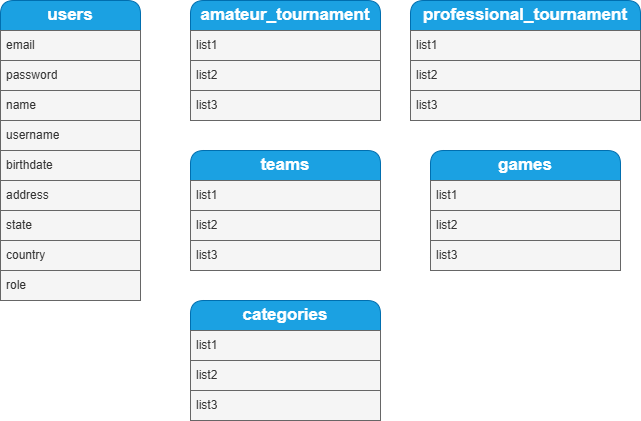
Earlier version of the draw.io export Diagrama Entidad Relaciones Game Stream Tournament.drawio.png (FabricioIrazoqui/DiagramaEntidad-GameStreamTorunament). Source tidied: cells renumbered, new cells last; positions are measured from the earlier drawing's top-left corner, leaving out a move shared by most shapes.
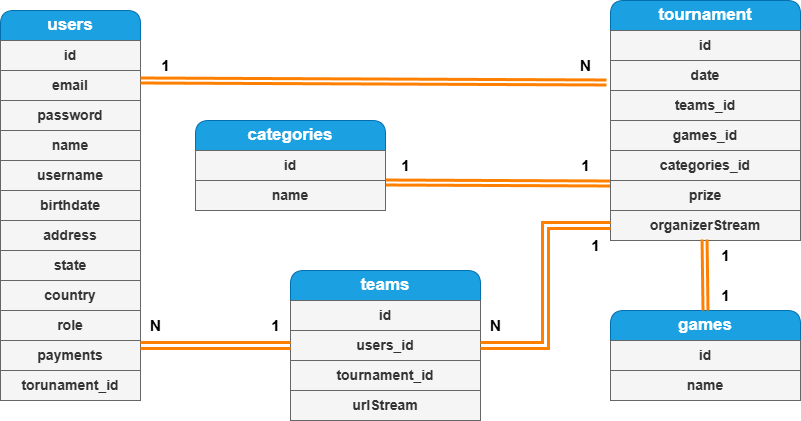
Above is the later version.

The edit, as a diff of the source:
```diff
@@ -3,94 +3,147 @@
     <mxCell id="0" />
     <mxCell id="1" parent="0" />
     <mxCell id="2" value="&lt;b&gt;&lt;font style=&quot;font-size: 17px;&quot;&gt;users&lt;/font&gt;&lt;/b&gt;" style="swimlane;fontStyle=0;horizontal=1;startSize=30;whiteSpace=wrap;html=1;glass=0;rounded=1;shadow=0;swimlaneLine=1;fillColor=#1ba1e2;strokeColor=#006EAF;fontColor=#ffffff;" parent="1" vertex="1">
-      <mxGeometry width="140" height="300" as="geometry" />
+      <mxGeometry width="140" height="390" as="geometry" />
     </mxCell>
+    <mxCell id="32" value="id" style="text;strokeColor=#666666;fillColor=#f5f5f5;align=center;verticalAlign=middle;spacingLeft=4;spacingRight=4;overflow=hidden;whiteSpace=wrap;html=1;fontColor=#333333;fontStyle=1;fontSize=14;" parent="2" vertex="1">
+      <mxGeometry y="30" width="140" height="30" as="geometry" />
+    </mxCell>
-    <mxCell id="3" value="email" style="text;strokeColor=#666666;fillColor=#f5f5f5;align=left;verticalAlign=middle;spacingLeft=4;spacingRight=4;overflow=hidden;whiteSpace=wrap;html=1;fontColor=#333333;" parent="2" vertex="1">
-      <mxGeometry y="30" width="140" height="30" as="geometry" />
+    <mxCell id="3" value="email" style="text;strokeColor=#666666;fillColor=#f5f5f5;align=center;verticalAlign=middle;spacingLeft=4;spacingRight=4;overflow=hidden;whiteSpace=wrap;html=1;fontColor=#333333;fontStyle=1;fontSize=14;" parent="2" vertex="1">
+      <mxGeometry y="60" width="140" height="30" as="geometry" />
     </mxCell>
-    <mxCell id="4" value="password" style="text;strokeColor=#666666;fillColor=#f5f5f5;align=left;verticalAlign=middle;spacingLeft=4;spacingRight=4;overflow=hidden;whiteSpace=wrap;html=1;fontColor=#333333;" parent="2" vertex="1">
-      <mxGeometry y="60" width="140" height="30" as="geometry" />
+    <mxCell id="4" value="password" style="text;strokeColor=#666666;fillColor=#f5f5f5;align=center;verticalAlign=middle;spacingLeft=4;spacingRight=4;overflow=hidden;whiteSpace=wrap;html=1;fontColor=#333333;fontStyle=1;fontSize=14;" parent="2" vertex="1">
+      <mxGeometry y="90" width="140" height="30" as="geometry" />
     </mxCell>
-    <mxCell id="5" value="name" style="text;strokeColor=#666666;fillColor=#f5f5f5;align=left;verticalAlign=middle;spacingLeft=4;spacingRight=4;overflow=hidden;whiteSpace=wrap;html=1;fontColor=#333333;" parent="2" vertex="1">
-      <mxGeometry y="90" width="140" height="30" as="geometry" />
+    <mxCell id="5" value="name" style="text;strokeColor=#666666;fillColor=#f5f5f5;align=center;verticalAlign=middle;spacingLeft=4;spacingRight=4;overflow=hidden;whiteSpace=wrap;html=1;fontColor=#333333;fontStyle=1;fontSize=14;" parent="2" vertex="1">
+      <mxGeometry y="120" width="140" height="30" as="geometry" />
     </mxCell>
-    <mxCell id="6" value="username" style="text;strokeColor=#666666;fillColor=#f5f5f5;align=left;verticalAlign=middle;spacingLeft=4;spacingRight=4;overflow=hidden;whiteSpace=wrap;html=1;fontColor=#333333;" parent="2" vertex="1">
-      <mxGeometry y="120" width="140" height="30" as="geometry" />
+    <mxCell id="6" value="username" style="text;strokeColor=#666666;fillColor=#f5f5f5;align=center;verticalAlign=middle;spacingLeft=4;spacingRight=4;overflow=hidden;whiteSpace=wrap;html=1;fontColor=#333333;fontStyle=1;fontSize=14;" parent="2" vertex="1">
+      <mxGeometry y="150" width="140" height="30" as="geometry" />
     </mxCell>
-    <mxCell id="7" value="birthdate" style="text;strokeColor=#666666;fillColor=#f5f5f5;align=left;verticalAlign=middle;spacingLeft=4;spacingRight=4;overflow=hidden;whiteSpace=wrap;html=1;fontColor=#333333;" parent="2" vertex="1">
-      <mxGeometry y="150" width="140" height="30" as="geometry" />
+    <mxCell id="7" value="birthdate" style="text;strokeColor=#666666;fillColor=#f5f5f5;align=center;verticalAlign=middle;spacingLeft=4;spacingRight=4;overflow=hidden;whiteSpace=wrap;html=1;fontColor=#333333;fontStyle=1;fontSize=14;" parent="2" vertex="1">
+      <mxGeometry y="180" width="140" height="30" as="geometry" />
     </mxCell>
-    <mxCell id="8" value="address" style="text;strokeColor=#666666;fillColor=#f5f5f5;align=left;verticalAlign=middle;spacingLeft=4;spacingRight=4;overflow=hidden;whiteSpace=wrap;html=1;fontColor=#333333;" parent="2" vertex="1">
-      <mxGeometry y="180" width="140" height="30" as="geometry" />
+    <mxCell id="8" value="address" style="text;strokeColor=#666666;fillColor=#f5f5f5;align=center;verticalAlign=middle;spacingLeft=4;spacingRight=4;overflow=hidden;whiteSpace=wrap;html=1;fontColor=#333333;fontStyle=1;fontSize=14;" parent="2" vertex="1">
+      <mxGeometry y="210" width="140" height="30" as="geometry" />
     </mxCell>
-    <mxCell id="9" value="state" style="text;strokeColor=#666666;fillColor=#f5f5f5;align=left;verticalAlign=middle;spacingLeft=4;spacingRight=4;overflow=hidden;whiteSpace=wrap;html=1;fontColor=#333333;" parent="2" vertex="1">
-      <mxGeometry y="210" width="140" height="30" as="geometry" />
+    <mxCell id="9" value="state" style="text;strokeColor=#666666;fillColor=#f5f5f5;align=center;verticalAlign=middle;spacingLeft=4;spacingRight=4;overflow=hidden;whiteSpace=wrap;html=1;fontColor=#333333;fontStyle=1;fontSize=14;" parent="2" vertex="1">
+      <mxGeometry y="240" width="140" height="30" as="geometry" />
     </mxCell>
-    <mxCell id="10" value="country" style="text;strokeColor=#666666;fillColor=#f5f5f5;align=left;verticalAlign=middle;spacingLeft=4;spacingRight=4;overflow=hidden;whiteSpace=wrap;html=1;fontColor=#333333;" parent="2" vertex="1">
-      <mxGeometry y="240" width="140" height="30" as="geometry" />
+    <mxCell id="10" value="country" style="text;strokeColor=#666666;fillColor=#f5f5f5;align=center;verticalAlign=middle;spacingLeft=4;spacingRight=4;overflow=hidden;whiteSpace=wrap;html=1;fontColor=#333333;fontStyle=1;fontSize=14;" parent="2" vertex="1">
+      <mxGeometry y="270" width="140" height="30" as="geometry" />
     </mxCell>
-    <mxCell id="11" value="role" style="text;strokeColor=#666666;fillColor=#f5f5f5;align=left;verticalAlign=middle;spacingLeft=4;spacingRight=4;overflow=hidden;whiteSpace=wrap;html=1;fontColor=#333333;" parent="2" vertex="1">
-      <mxGeometry y="270" width="140" height="30" as="geometry" />
+    <mxCell id="11" value="role" style="text;strokeColor=#666666;fillColor=#f5f5f5;align=center;verticalAlign=middle;spacingLeft=4;spacingRight=4;overflow=hidden;whiteSpace=wrap;html=1;fontColor=#333333;fontStyle=1;fontSize=14;" parent="2" vertex="1">
+      <mxGeometry y="300" width="140" height="30" as="geometry" />
     </mxCell>
+    <mxCell id="33" value="payments" style="text;strokeColor=#666666;fillColor=#f5f5f5;align=center;verticalAlign=middle;spacingLeft=4;spacingRight=4;overflow=hidden;points=[[0,0.5],[1,0.5]];portConstraint=eastwest;whiteSpace=wrap;html=1;fontColor=#333333;fontStyle=1;fontSize=14;" parent="2" vertex="1">
+      <mxGeometry y="330" width="140" height="30" as="geometry" />
+    </mxCell>
+    <mxCell id="34" value="torunament_id" style="text;strokeColor=#666666;fillColor=#f5f5f5;align=center;verticalAlign=middle;spacingLeft=4;spacingRight=4;overflow=hidden;whiteSpace=wrap;html=1;fontColor=#333333;fontStyle=1;fontSize=14;" parent="2" vertex="1">
+      <mxGeometry y="360" width="140" height="30" as="geometry" />
+    </mxCell>
+    <mxCell id="35" style="edgeStyle=none;shape=link;rounded=0;jettySize=auto;html=1;exitX=0;exitY=0.1;exitDx=0;exitDy=0;entryX=1;entryY=0.067;entryDx=0;entryDy=0;width=3;strokeColor=#FF8000;strokeWidth=3;entryPerimeter=0;exitPerimeter=0;" parent="1" edge="1" source="39" target="43">
+      <mxGeometry relative="1" as="geometry" />
+    </mxCell>
-    <mxCell id="12" value="&lt;span style=&quot;font-size: 17px;&quot;&gt;&lt;b&gt;amateur_tournament&lt;/b&gt;&lt;/span&gt;" style="swimlane;fontStyle=0;horizontal=1;startSize=30;whiteSpace=wrap;html=1;glass=0;rounded=1;shadow=0;swimlaneLine=1;fillColor=#1ba1e2;strokeColor=#006EAF;fontColor=#ffffff;" parent="1" vertex="1">
-      <mxGeometry x="190" width="190" height="120" as="geometry" />
+    <mxCell id="12" value="&lt;span style=&quot;font-size: 17px;&quot;&gt;&lt;b&gt;tournament&lt;/b&gt;&lt;/span&gt;" style="swimlane;fontStyle=0;horizontal=1;startSize=30;whiteSpace=wrap;html=1;glass=0;rounded=1;shadow=0;swimlaneLine=1;fillColor=#1ba1e2;strokeColor=#006EAF;fontColor=#ffffff;" parent="1" vertex="1">
+      <mxGeometry x="610" y="-10" width="190" height="240" as="geometry" />
     </mxCell>
-    <mxCell id="13" value="list1" style="text;strokeColor=#666666;fillColor=#f5f5f5;align=left;verticalAlign=middle;spacingLeft=4;spacingRight=4;overflow=hidden;whiteSpace=wrap;html=1;fontColor=#333333;" parent="12" vertex="1">
+    <mxCell id="13" value="id" style="text;strokeColor=#666666;fillColor=#f5f5f5;align=center;verticalAlign=middle;spacingLeft=4;spacingRight=4;overflow=hidden;whiteSpace=wrap;html=1;fontColor=#333333;fontStyle=1;fontSize=14;" parent="12" vertex="1">
       <mxGeometry y="30" width="190" height="30" as="geometry" />
     </mxCell>
-    <mxCell id="14" value="list2" style="text;strokeColor=#666666;fillColor=#f5f5f5;align=left;verticalAlign=middle;spacingLeft=4;spacingRight=4;overflow=hidden;whiteSpace=wrap;html=1;fontColor=#333333;" parent="12" vertex="1">
-      <mxGeometry y="60" width="190" height="30" as="geometry" />
-    </mxCell>
+    <mxCell id="36" value="date" style="text;strokeColor=#666666;fillColor=#f5f5f5;align=center;verticalAlign=middle;spacingLeft=4;spacingRight=4;overflow=hidden;points=[[0,0.5],[1,0.5]];portConstraint=eastwest;whiteSpace=wrap;html=1;fontColor=#333333;fontStyle=1;fontSize=14;" parent="12" vertex="1">
+      <mxGeometry y="60" width="190" height="30" as="geometry" />
+    </mxCell>
-    <mxCell id="15" value="list3" style="text;strokeColor=#666666;fillColor=#f5f5f5;align=left;verticalAlign=middle;spacingLeft=4;spacingRight=4;overflow=hidden;whiteSpace=wrap;html=1;fontColor=#333333;" parent="12" vertex="1">
+    <mxCell id="15" value="teams_id" style="text;strokeColor=#666666;fillColor=#f5f5f5;align=center;verticalAlign=middle;spacingLeft=4;spacingRight=4;overflow=hidden;whiteSpace=wrap;html=1;fontColor=#333333;fontStyle=1;fontSize=14;" parent="12" vertex="1">
       <mxGeometry y="90" width="190" height="30" as="geometry" />
     </mxCell>
-    <mxCell id="16" value="&lt;span style=&quot;font-size: 17px;&quot;&gt;&lt;b&gt;professional_tournament&lt;/b&gt;&lt;/span&gt;" style="swimlane;fontStyle=0;horizontal=1;startSize=30;whiteSpace=wrap;html=1;glass=0;rounded=1;shadow=0;swimlaneLine=1;fillColor=#1ba1e2;strokeColor=#006EAF;fontColor=#ffffff;" parent="1" vertex="1">
-      <mxGeometry x="410" width="230" height="120" as="geometry" />
-    </mxCell>
-    <mxCell id="17" value="list1" style="text;strokeColor=#666666;fillColor=#f5f5f5;align=left;verticalAlign=middle;spacingLeft=4;spacingRight=4;overflow=hidden;whiteSpace=wrap;html=1;fontColor=#333333;" parent="16" vertex="1">
-      <mxGeometry y="30" width="230" height="30" as="geometry" />
-    </mxCell>
-    <mxCell id="18" value="list2" style="text;strokeColor=#666666;fillColor=#f5f5f5;align=left;verticalAlign=middle;spacingLeft=4;spacingRight=4;overflow=hidden;whiteSpace=wrap;html=1;fontColor=#333333;" parent="16" vertex="1">
-      <mxGeometry y="60" width="230" height="30" as="geometry" />
-    </mxCell>
-    <mxCell id="19" value="list3" style="text;strokeColor=#666666;fillColor=#f5f5f5;align=left;verticalAlign=middle;spacingLeft=4;spacingRight=4;overflow=hidden;whiteSpace=wrap;html=1;fontColor=#333333;" parent="16" vertex="1">
-      <mxGeometry y="90" width="230" height="30" as="geometry" />
-    </mxCell>
+    <mxCell id="37" value="games_id" style="text;strokeColor=#666666;fillColor=#f5f5f5;align=center;verticalAlign=middle;spacingLeft=4;spacingRight=4;overflow=hidden;whiteSpace=wrap;html=1;fontColor=#333333;fontStyle=1;fontSize=14;" parent="12" vertex="1">
+      <mxGeometry y="120" width="190" height="30" as="geometry" />
+    </mxCell>
+    <mxCell id="38" value="categories_id" style="text;strokeColor=#666666;fillColor=#f5f5f5;align=center;verticalAlign=middle;spacingLeft=4;spacingRight=4;overflow=hidden;whiteSpace=wrap;html=1;fontColor=#333333;fontStyle=1;fontSize=14;" parent="12" vertex="1">
+      <mxGeometry y="150" width="190" height="30" as="geometry" />
+    </mxCell>
+    <mxCell id="39" value="prize" style="text;strokeColor=#666666;fillColor=#f5f5f5;align=center;verticalAlign=middle;spacingLeft=4;spacingRight=4;overflow=hidden;points=[[0,0.5],[1,0.5]];portConstraint=eastwest;whiteSpace=wrap;html=1;fontColor=#333333;fontStyle=1;fontSize=14;" parent="12" vertex="1">
+      <mxGeometry y="180" width="190" height="30" as="geometry" />
+    </mxCell>
+    <mxCell id="40" value="organizerStream" style="text;strokeColor=#666666;fillColor=#f5f5f5;align=center;verticalAlign=middle;spacingLeft=4;spacingRight=4;overflow=hidden;points=[[0,0.5],[1,0.5]];portConstraint=eastwest;whiteSpace=wrap;html=1;fontColor=#333333;fontStyle=1;fontSize=14;" parent="12" vertex="1">
+      <mxGeometry y="210" width="190" height="30" as="geometry" />
+    </mxCell>
     <mxCell id="20" value="&lt;span style=&quot;font-size: 17px;&quot;&gt;&lt;b&gt;teams&lt;/b&gt;&lt;/span&gt;" style="swimlane;fontStyle=0;horizontal=1;startSize=30;whiteSpace=wrap;html=1;glass=0;rounded=1;shadow=0;swimlaneLine=1;fillColor=#1ba1e2;strokeColor=#006EAF;fontColor=#ffffff;" parent="1" vertex="1">
-      <mxGeometry x="190" y="150" width="190" height="120" as="geometry" />
+      <mxGeometry x="290" y="260" width="190" height="150" as="geometry" />
     </mxCell>
-    <mxCell id="21" value="list1" style="text;strokeColor=#666666;fillColor=#f5f5f5;align=left;verticalAlign=middle;spacingLeft=4;spacingRight=4;overflow=hidden;whiteSpace=wrap;html=1;fontColor=#333333;" parent="20" vertex="1">
+    <mxCell id="21" value="id" style="text;strokeColor=#666666;fillColor=#f5f5f5;align=center;verticalAlign=middle;spacingLeft=4;spacingRight=4;overflow=hidden;whiteSpace=wrap;html=1;fontColor=#333333;fontStyle=1;fontSize=14;" parent="20" vertex="1">
       <mxGeometry y="30" width="190" height="30" as="geometry" />
     </mxCell>
-    <mxCell id="22" value="list2" style="text;strokeColor=#666666;fillColor=#f5f5f5;align=left;verticalAlign=middle;spacingLeft=4;spacingRight=4;overflow=hidden;points=[[0,0.5],[1,0.5]];portConstraint=eastwest;whiteSpace=wrap;html=1;fontColor=#333333;" parent="20" vertex="1">
+    <mxCell id="22" value="users_id" style="text;strokeColor=#666666;fillColor=#f5f5f5;align=center;verticalAlign=middle;spacingLeft=4;spacingRight=4;overflow=hidden;points=[[0,0.5],[1,0.5]];portConstraint=eastwest;whiteSpace=wrap;html=1;fontColor=#333333;fontStyle=1;fontSize=14;" parent="20" vertex="1">
       <mxGeometry y="60" width="190" height="30" as="geometry" />
     </mxCell>
-    <mxCell id="23" value="list3" style="text;strokeColor=#666666;fillColor=#f5f5f5;align=left;verticalAlign=middle;spacingLeft=4;spacingRight=4;overflow=hidden;whiteSpace=wrap;html=1;fontColor=#333333;" parent="20" vertex="1">
+    <mxCell id="23" value="tournament_id" style="text;strokeColor=#666666;fillColor=#f5f5f5;align=center;verticalAlign=middle;spacingLeft=4;spacingRight=4;overflow=hidden;whiteSpace=wrap;html=1;fontColor=#333333;fontStyle=1;fontSize=14;" parent="20" vertex="1">
       <mxGeometry y="90" width="190" height="30" as="geometry" />
     </mxCell>
+    <mxCell id="41" value="urlStream" style="text;strokeColor=#666666;fillColor=#f5f5f5;align=center;verticalAlign=middle;spacingLeft=4;spacingRight=4;overflow=hidden;whiteSpace=wrap;html=1;fontColor=#333333;fontStyle=1;fontSize=14;" parent="20" vertex="1">
+      <mxGeometry y="120" width="190" height="30" as="geometry" />
+    </mxCell>
     <mxCell id="24" value="&lt;span style=&quot;font-size: 17px;&quot;&gt;&lt;b&gt;games&lt;/b&gt;&lt;/span&gt;" style="swimlane;fontStyle=0;horizontal=1;startSize=30;whiteSpace=wrap;html=1;glass=0;rounded=1;shadow=0;swimlaneLine=1;fillColor=#1ba1e2;strokeColor=#006EAF;fontColor=#ffffff;" parent="1" vertex="1">
-      <mxGeometry x="430" y="150" width="190" height="120" as="geometry" />
+      <mxGeometry x="610" y="300" width="190" height="90" as="geometry" />
     </mxCell>
-    <mxCell id="25" value="list1" style="text;strokeColor=#666666;fillColor=#f5f5f5;align=left;verticalAlign=middle;spacingLeft=4;spacingRight=4;overflow=hidden;whiteSpace=wrap;html=1;fontColor=#333333;" parent="24" vertex="1">
+    <mxCell id="25" value="id" style="text;strokeColor=#666666;fillColor=#f5f5f5;align=center;verticalAlign=middle;spacingLeft=4;spacingRight=4;overflow=hidden;whiteSpace=wrap;html=1;fontColor=#333333;fontStyle=1;fontSize=14;" parent="24" vertex="1">
       <mxGeometry y="30" width="190" height="30" as="geometry" />
     </mxCell>
-    <mxCell id="26" value="list2" style="text;strokeColor=#666666;fillColor=#f5f5f5;align=left;verticalAlign=middle;spacingLeft=4;spacingRight=4;overflow=hidden;whiteSpace=wrap;html=1;fontColor=#333333;" parent="24" vertex="1">
+    <mxCell id="26" value="name" style="text;strokeColor=#666666;fillColor=#f5f5f5;align=center;verticalAlign=middle;spacingLeft=4;spacingRight=4;overflow=hidden;whiteSpace=wrap;html=1;fontColor=#333333;fontStyle=1;fontSize=14;" parent="24" vertex="1">
       <mxGeometry y="60" width="190" height="30" as="geometry" />
     </mxCell>
-    <mxCell id="27" value="list3" style="text;strokeColor=#666666;fillColor=#f5f5f5;align=left;verticalAlign=middle;spacingLeft=4;spacingRight=4;overflow=hidden;whiteSpace=wrap;html=1;fontColor=#333333;" parent="24" vertex="1">
-      <mxGeometry y="90" width="190" height="30" as="geometry" />
-    </mxCell>
     <mxCell id="28" value="&lt;span style=&quot;font-size: 17px;&quot;&gt;&lt;b&gt;categories&lt;/b&gt;&lt;/span&gt;" style="swimlane;fontStyle=0;horizontal=1;startSize=30;whiteSpace=wrap;html=1;glass=0;rounded=1;shadow=0;swimlaneLine=1;fillColor=#1ba1e2;strokeColor=#006EAF;fontColor=#ffffff;" parent="1" vertex="1">
-      <mxGeometry x="190" y="300" width="190" height="120" as="geometry" />
+      <mxGeometry x="195" y="110" width="190" height="90" as="geometry" />
     </mxCell>
-    <mxCell id="29" value="list1" style="text;strokeColor=#666666;fillColor=#f5f5f5;align=left;verticalAlign=middle;spacingLeft=4;spacingRight=4;overflow=hidden;whiteSpace=wrap;html=1;fontColor=#333333;" parent="28" vertex="1">
-      <mxGeometry y="30" width="190" height="30" as="geometry" />
-    </mxCell>
-    <mxCell id="30" value="list2" style="text;strokeColor=#666666;fillColor=#f5f5f5;align=left;verticalAlign=middle;spacingLeft=4;spacingRight=4;overflow=hidden;whiteSpace=wrap;html=1;fontColor=#333333;" parent="28" vertex="1">
-      <mxGeometry y="60" width="190" height="30" as="geometry" />
-    </mxCell>
-    <mxCell id="31" value="list3" style="text;strokeColor=#666666;fillColor=#f5f5f5;align=left;verticalAlign=middle;spacingLeft=4;spacingRight=4;overflow=hidden;whiteSpace=wrap;html=1;fontColor=#333333;" parent="28" vertex="1">
-      <mxGeometry y="90" width="190" height="30" as="geometry" />
-    </mxCell>
+    <mxCell id="42" value="id" style="text;strokeColor=#666666;fillColor=#f5f5f5;align=center;verticalAlign=middle;spacingLeft=4;spacingRight=4;overflow=hidden;whiteSpace=wrap;html=1;fontColor=#333333;fontStyle=1;fontSize=14;" parent="28" vertex="1">
+      <mxGeometry y="30" width="190" height="30" as="geometry" />
+    </mxCell>
+    <mxCell id="43" value="name" style="text;strokeColor=#666666;fillColor=#f5f5f5;align=center;verticalAlign=middle;spacingLeft=4;spacingRight=4;overflow=hidden;points=[[0,0.5],[1,0.5]];portConstraint=eastwest;whiteSpace=wrap;html=1;fontColor=#333333;fontStyle=1;fontSize=14;" parent="28" vertex="1">
+      <mxGeometry y="60" width="190" height="30" as="geometry" />
+    </mxCell>
+    <mxCell id="44" style="rounded=0;jettySize=auto;html=1;strokeColor=#FF8000;entryX=-0.021;entryY=0.733;entryDx=0;entryDy=0;entryPerimeter=0;strokeWidth=3;shape=link;width=-7;" parent="1" edge="1" target="36">
+      <mxGeometry relative="1" as="geometry">
+        <mxPoint x="140" y="70" as="sourcePoint" />
+      </mxGeometry>
+    </mxCell>
+    <mxCell id="45" value="&lt;font style=&quot;font-size: 15px;&quot;&gt;&lt;b&gt;1&lt;/b&gt;&lt;/font&gt;" style="text;html=1;align=center;verticalAlign=middle;strokeColor=none;fillColor=none;" parent="1" vertex="1">
+      <mxGeometry x="390" y="140" width="30" height="30" as="geometry" />
+    </mxCell>
+    <mxCell id="46" value="&lt;font style=&quot;font-size: 15px;&quot;&gt;&lt;b&gt;1&lt;/b&gt;&lt;/font&gt;" style="text;html=1;align=center;verticalAlign=middle;strokeColor=none;fillColor=none;" parent="1" vertex="1">
+      <mxGeometry x="570" y="140" width="30" height="30" as="geometry" />
+    </mxCell>
+    <mxCell id="47" value="&lt;font style=&quot;font-size: 15px;&quot;&gt;&lt;b&gt;1&lt;/b&gt;&lt;/font&gt;" style="text;html=1;align=center;verticalAlign=middle;strokeColor=none;fillColor=none;" parent="1" vertex="1">
+      <mxGeometry x="150" y="40" width="30" height="30" as="geometry" />
+    </mxCell>
+    <mxCell id="48" value="&lt;font style=&quot;font-size: 15px;&quot;&gt;&lt;b&gt;1&lt;/b&gt;&lt;/font&gt;" style="text;html=1;align=center;verticalAlign=middle;strokeColor=none;fillColor=none;" parent="1" vertex="1">
+      <mxGeometry x="710" y="270" width="30" height="30" as="geometry" />
+    </mxCell>
+    <mxCell id="49" style="rounded=0;jettySize=auto;html=1;strokeColor=#FF8000;entryX=0.5;entryY=0;entryDx=0;entryDy=0;strokeWidth=3;shape=link;width=3;exitX=0.495;exitY=0.967;exitDx=0;exitDy=0;exitPerimeter=0;" parent="1" edge="1" source="40" target="24">
+      <mxGeometry relative="1" as="geometry" />
+    </mxCell>
+    <mxCell id="50" value="&lt;font style=&quot;font-size: 15px;&quot;&gt;&lt;b&gt;1&lt;/b&gt;&lt;/font&gt;" style="text;html=1;align=center;verticalAlign=middle;strokeColor=none;fillColor=none;" parent="1" vertex="1">
+      <mxGeometry x="710" y="230" width="30" height="30" as="geometry" />
+    </mxCell>
+    <mxCell id="51" style="edgeStyle=none;shape=link;rounded=0;jettySize=auto;html=1;exitX=0;exitY=0.5;exitDx=0;exitDy=0;entryX=1;entryY=0.167;entryDx=0;entryDy=0;entryPerimeter=0;strokeColor=#FF8000;strokeWidth=3;" parent="1" edge="1" source="20" target="33">
+      <mxGeometry relative="1" as="geometry" />
+    </mxCell>
+    <mxCell id="52" style="edgeStyle=orthogonalEdgeStyle;shape=link;rounded=0;jettySize=auto;html=1;exitX=1;exitY=0.5;exitDx=0;exitDy=0;entryX=0;entryY=0.5;entryDx=0;entryDy=0;strokeColor=#FF8000;strokeWidth=3;" parent="1" edge="1" source="22" target="40">
+      <mxGeometry relative="1" as="geometry" />
+    </mxCell>
+    <mxCell id="53" value="&lt;font style=&quot;font-size: 15px;&quot;&gt;&lt;b&gt;1&lt;/b&gt;&lt;/font&gt;" style="text;html=1;align=center;verticalAlign=middle;strokeColor=none;fillColor=none;" parent="1" vertex="1">
+      <mxGeometry x="260" y="300" width="30" height="30" as="geometry" />
+    </mxCell>
+    <mxCell id="54" value="&lt;font style=&quot;font-size: 15px;&quot;&gt;&lt;b&gt;1&lt;/b&gt;&lt;/font&gt;" style="text;html=1;align=center;verticalAlign=middle;strokeColor=none;fillColor=none;" parent="1" vertex="1">
+      <mxGeometry x="580" y="220" width="30" height="30" as="geometry" />
+    </mxCell>
+    <mxCell id="55" value="&lt;font style=&quot;font-size: 15px;&quot;&gt;&lt;b&gt;N&lt;/b&gt;&lt;/font&gt;" style="text;html=1;align=center;verticalAlign=middle;strokeColor=none;fillColor=none;" parent="1" vertex="1">
+      <mxGeometry x="570" y="40" width="30" height="30" as="geometry" />
+    </mxCell>
+    <mxCell id="56" value="&lt;font style=&quot;font-size: 15px;&quot;&gt;&lt;b&gt;N&lt;/b&gt;&lt;/font&gt;" style="text;html=1;align=center;verticalAlign=middle;strokeColor=none;fillColor=none;" parent="1" vertex="1">
+      <mxGeometry x="480" y="300" width="30" height="30" as="geometry" />
+    </mxCell>
+    <mxCell id="57" value="&lt;font style=&quot;font-size: 15px;&quot;&gt;&lt;b&gt;N&lt;/b&gt;&lt;/font&gt;" style="text;html=1;align=center;verticalAlign=middle;strokeColor=none;fillColor=none;" parent="1" vertex="1">
+      <mxGeometry x="140" y="300" width="30" height="30" as="geometry" />
+    </mxCell>
   </root>
 </mxGraphModel>
```
